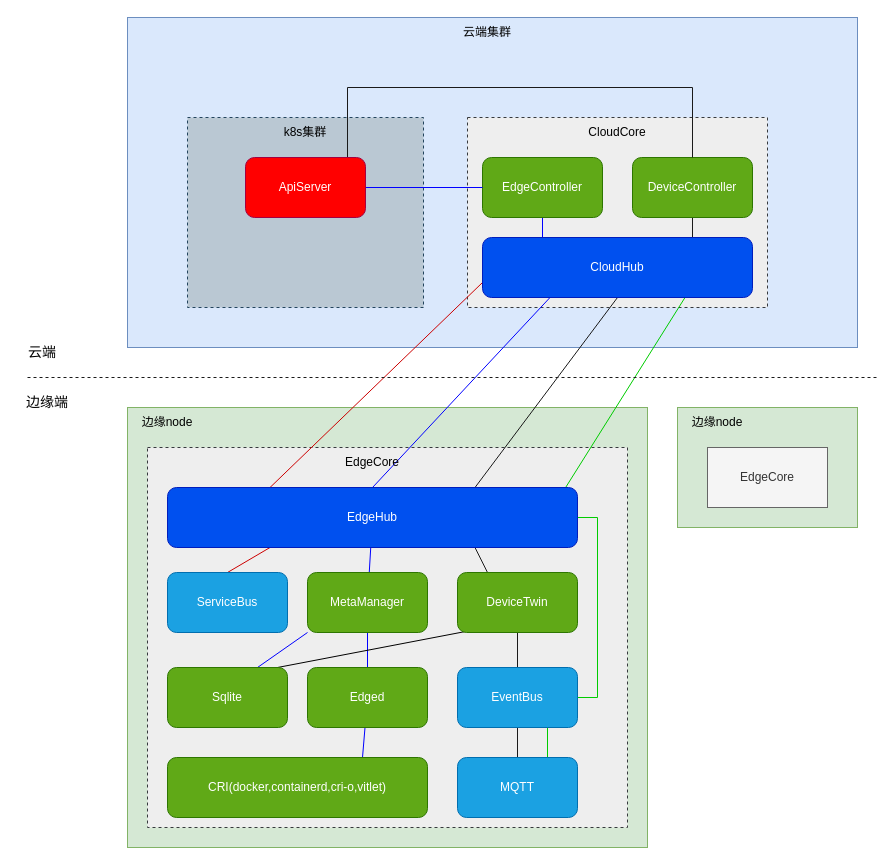
Before: page "物理架构图" (2 of 3) of kubeedge架构图.drawio in adtxgc/diagrams, a draw.io diagram. Source tidied: cells renumbered, new cells numbered last; positions are measured from the earlier drawing's top-left corner, leaving out a move shared by most shapes. Both pictures are drawn from the tidied source at 100%, with x=0, y=0 at pixel (17, 17).
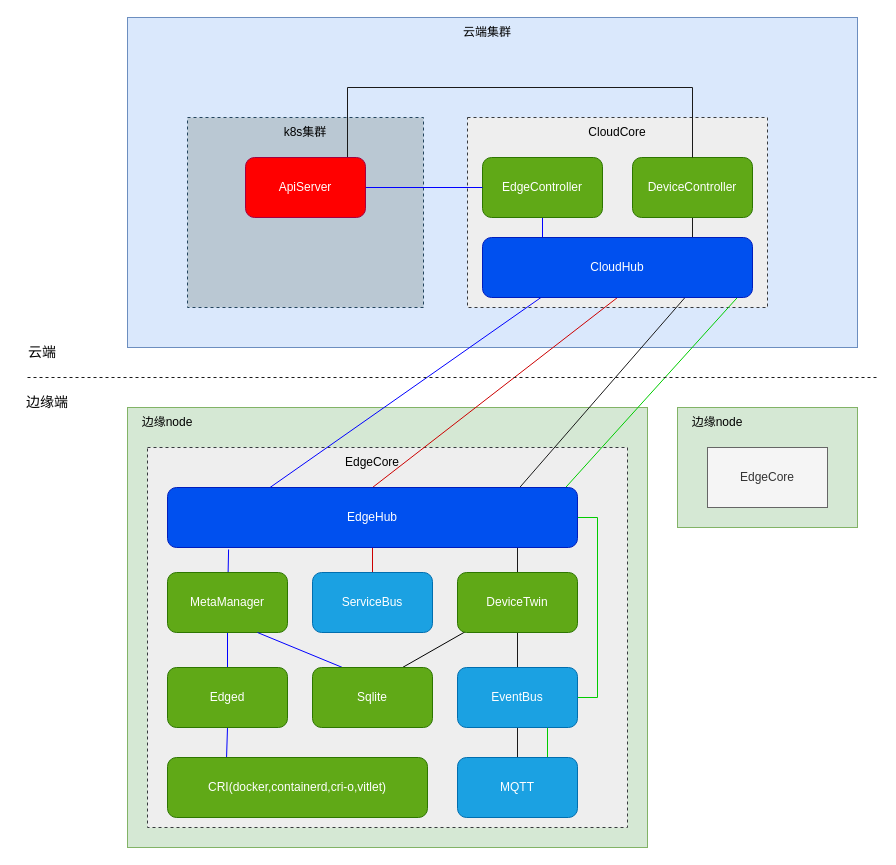
After the change.

Commit message:
更新kubeedge架构图.drawio

The change refers to these unchanged cells:
```xml
<mxCell id="24" value="EdgeHub" style="rounded=1;whiteSpace=wrap;html=1;fillColor=#0050ef;fontColor=#ffffff;strokeColor=#001DBC;" parent="1" vertex="1">
  <mxGeometry x="150" y="470" width="410" height="60" as="geometry" />
</mxCell>
<mxCell id="29" value="DeviceTwin" style="rounded=1;whiteSpace=wrap;html=1;fillColor=#60a917;fontColor=#ffffff;strokeColor=#2D7600;" parent="1" vertex="1">
  <mxGeometry x="440" y="555" width="120" height="60" as="geometry" />
</mxCell>
<mxCell id="42" value="CloudHub" style="rounded=1;whiteSpace=wrap;html=1;fillColor=#0050ef;fontColor=#ffffff;strokeColor=#001DBC;" parent="1" vertex="1">
  <mxGeometry x="465" y="220" width="270" height="60" as="geometry" />
</mxCell>
<mxCell id="45" value="CRI(docker,containerd,cri-o,vitlet)" style="rounded=1;whiteSpace=wrap;html=1;fillColor=#60a917;fontColor=#ffffff;strokeColor=#2D7600;" parent="1" vertex="1">
  <mxGeometry x="150" y="740" width="260" height="60" as="geometry" />
</mxCell>
```

The edit, as a diff of the source:
```diff
@@
-    <mxCell id="8" style="edgeStyle=none;rounded=0;jettySize=auto;html=1;exitX=0.25;exitY=1;exitDx=0;exitDy=0;entryX=0.5;entryY=0;entryDx=0;entryDy=0;endArrow=none;endFill=0;strokeColor=#0000FF;" parent="1" edge="1" source="42" target="24">
+    <mxCell id="8" style="edgeStyle=none;rounded=0;jettySize=auto;html=1;exitX=0.5;exitY=1;exitDx=0;exitDy=0;entryX=0.5;entryY=0;entryDx=0;entryDy=0;endArrow=none;endFill=0;strokeColor=#CC0000;" parent="1" edge="1" source="42" target="24">
       <mxGeometry relative="1" as="geometry" />
     </mxCell>
-    <mxCell id="9" style="edgeStyle=none;rounded=0;jettySize=auto;html=1;exitX=0.5;exitY=1;exitDx=0;exitDy=0;entryX=0.75;entryY=0;entryDx=0;entryDy=0;endArrow=none;endFill=0;strokeColor=#1A1A1A;" parent="1" edge="1" source="42" target="24">
+    <mxCell id="9" style="edgeStyle=none;rounded=0;jettySize=auto;html=1;exitX=0.75;exitY=1;exitDx=0;exitDy=0;entryX=0.859;entryY=0;entryDx=0;entryDy=0;endArrow=none;endFill=0;strokeColor=#1A1A1A;entryPerimeter=0;" parent="1" edge="1" source="42" target="24">
       <mxGeometry relative="1" as="geometry" />
     </mxCell>
-    <mxCell id="10" style="rounded=0;jettySize=auto;html=1;exitX=0.75;exitY=1;exitDx=0;exitDy=0;entryX=0.971;entryY=0;entryDx=0;entryDy=0;entryPerimeter=0;endArrow=none;endFill=0;strokeColor=#00CC00;" parent="1" edge="1" source="42" target="24">
+    <mxCell id="10" style="rounded=0;jettySize=auto;html=1;exitX=0.944;exitY=1;exitDx=0;exitDy=0;entryX=0.971;entryY=0;entryDx=0;entryDy=0;entryPerimeter=0;endArrow=none;endFill=0;strokeColor=#00CC00;exitPerimeter=0;" parent="1" edge="1" source="42" target="24">
       <mxGeometry relative="1" as="geometry" />
     </mxCell>
-    <mxCell id="11" style="edgeStyle=none;rounded=0;jettySize=auto;html=1;entryX=0.25;entryY=0;entryDx=0;entryDy=0;endArrow=none;endFill=0;strokeColor=#CC0000;exitX=0;exitY=0.75;exitDx=0;exitDy=0;" parent="1" edge="1" source="42" target="24">
+    <mxCell id="11" style="edgeStyle=none;rounded=0;jettySize=auto;html=1;entryX=0.25;entryY=0;entryDx=0;entryDy=0;endArrow=none;endFill=0;strokeColor=#0000FF;exitX=0.222;exitY=0.983;exitDx=0;exitDy=0;exitPerimeter=0;" parent="1" edge="1" source="42" target="24">
       <mxGeometry relative="1" as="geometry" />
     </mxCell>
@@
-    <mxCell id="20" style="edgeStyle=none;rounded=0;jettySize=auto;html=1;endArrow=none;endFill=0;strokeColor=#0000FF;" parent="1" edge="1" source="24" target="26">
+    <mxCell id="20" style="edgeStyle=none;rounded=0;jettySize=auto;html=1;endArrow=none;endFill=0;strokeColor=#0000FF;exitX=0.149;exitY=1.033;exitDx=0;exitDy=0;exitPerimeter=0;" parent="1" edge="1" source="24" target="26">
       <mxGeometry relative="1" as="geometry" />
     </mxCell>
-    <mxCell id="21" style="edgeStyle=none;rounded=0;jettySize=auto;html=1;exitX=0.75;exitY=1;exitDx=0;exitDy=0;entryX=0.25;entryY=0;entryDx=0;entryDy=0;endArrow=none;endFill=0;strokeColor=#1A1A1A;" parent="1" edge="1" source="24" target="29">
-      <mxGeometry relative="1" as="geometry" />
+    <mxCell id="21" style="edgeStyle=none;rounded=0;jettySize=auto;html=1;entryX=0.5;entryY=0;entryDx=0;entryDy=0;endArrow=none;endFill=0;strokeColor=#1A1A1A;" parent="1" edge="1" target="29">
+      <mxGeometry relative="1" as="geometry">
+        <mxPoint x="500" y="530" as="sourcePoint" />
+      </mxGeometry>
     </mxCell>
@@
-    <mxCell id="23" style="edgeStyle=none;rounded=0;jettySize=auto;html=1;exitX=0.25;exitY=1;exitDx=0;exitDy=0;entryX=0.5;entryY=0;entryDx=0;entryDy=0;endArrow=none;endFill=0;strokeColor=#CC0000;" parent="1" edge="1" source="24" target="35">
+    <mxCell id="23" style="edgeStyle=none;rounded=0;jettySize=auto;html=1;exitX=0.5;exitY=1;exitDx=0;exitDy=0;entryX=0.5;entryY=0;entryDx=0;entryDy=0;endArrow=none;endFill=0;strokeColor=#CC0000;" parent="1" edge="1" source="24" target="35">
       <mxGeometry relative="1" as="geometry" />
     </mxCell>
@@
     <mxCell id="26" value="MetaManager" style="rounded=1;whiteSpace=wrap;html=1;fillColor=#60a917;fontColor=#ffffff;strokeColor=#2D7600;" parent="1" vertex="1">
-      <mxGeometry x="290" y="555" width="120" height="60" as="geometry" />
+      <mxGeometry x="150" y="555" width="120" height="60" as="geometry" />
     </mxCell>
@@
-    <mxCell id="28" style="rounded=0;jettySize=auto;html=1;endArrow=none;endFill=0;exitX=0.068;exitY=0.983;exitDx=0;exitDy=0;exitPerimeter=0;" parent="1" edge="1" source="29">
-      <mxGeometry relative="1" as="geometry">
-        <mxPoint x="260" y="650" as="targetPoint" />
-      </mxGeometry>
+    <mxCell id="28" style="rounded=0;jettySize=auto;html=1;endArrow=none;endFill=0;exitX=0.068;exitY=0.983;exitDx=0;exitDy=0;exitPerimeter=0;entryX=0.75;entryY=0;entryDx=0;entryDy=0;" parent="1" edge="1" source="29" target="37">
+      <mxGeometry relative="1" as="geometry" />
     </mxCell>
@@
-    <mxCell id="30" style="edgeStyle=none;rounded=0;jettySize=auto;html=1;endArrow=none;endFill=0;strokeColor=#0000FF;entryX=0.75;entryY=0;entryDx=0;entryDy=0;" parent="1" edge="1" source="31" target="45">
+    <mxCell id="30" style="edgeStyle=none;rounded=0;jettySize=auto;html=1;endArrow=none;endFill=0;strokeColor=#0000FF;entryX=0.227;entryY=0.017;entryDx=0;entryDy=0;exitX=0.5;exitY=1;exitDx=0;exitDy=0;entryPerimeter=0;" parent="1" edge="1" source="31" target="45">
       <mxGeometry relative="1" as="geometry" />
     </mxCell>
     <mxCell id="31" value="Edged" style="rounded=1;whiteSpace=wrap;html=1;fillColor=#60a917;fontColor=#ffffff;strokeColor=#2D7600;" parent="1" vertex="1">
-      <mxGeometry x="290" y="650" width="120" height="60" as="geometry" />
+      <mxGeometry x="150" y="650" width="120" height="60" as="geometry" />
     </mxCell>
@@
     <mxCell id="35" value="ServiceBus" style="rounded=1;whiteSpace=wrap;html=1;fillColor=#1ba1e2;fontColor=#ffffff;strokeColor=#006EAF;" parent="1" vertex="1">
-      <mxGeometry x="150" y="555" width="120" height="60" as="geometry" />
+      <mxGeometry x="295" y="555" width="120" height="60" as="geometry" />
     </mxCell>
-    <mxCell id="36" style="edgeStyle=none;rounded=0;jettySize=auto;html=1;exitX=0.75;exitY=0;exitDx=0;exitDy=0;endArrow=none;endFill=0;strokeColor=#0000FF;entryX=0;entryY=1;entryDx=0;entryDy=0;" parent="1" edge="1" source="37" target="26">
+    <mxCell id="36" style="edgeStyle=none;rounded=0;jettySize=auto;html=1;exitX=0.25;exitY=0;exitDx=0;exitDy=0;endArrow=none;endFill=0;strokeColor=#0000FF;entryX=0.75;entryY=1;entryDx=0;entryDy=0;" parent="1" edge="1" source="37" target="26">
       <mxGeometry relative="1" as="geometry" />
     </mxCell>
     <mxCell id="37" value="Sqlite" style="rounded=1;whiteSpace=wrap;html=1;fillColor=#60a917;fontColor=#ffffff;strokeColor=#2D7600;" parent="1" vertex="1">
-      <mxGeometry x="150" y="650" width="120" height="60" as="geometry" />
+      <mxGeometry x="295" y="650" width="120" height="60" as="geometry" />
     </mxCell>
```
